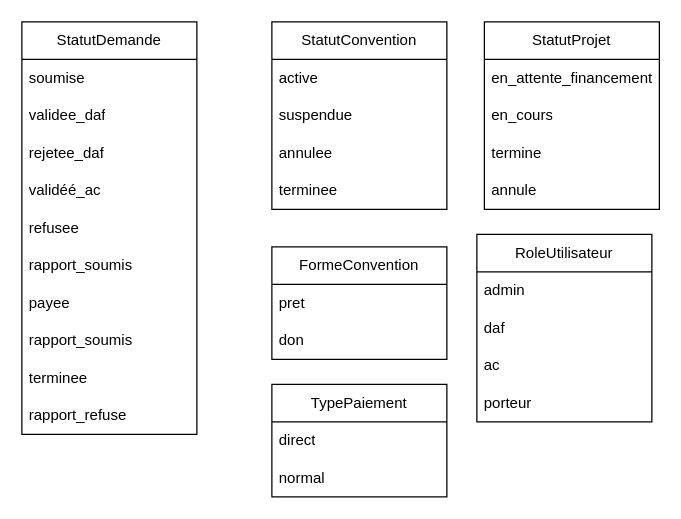
CheickOuedraogo/stage keeps this draw.io diagram as rapport/graphe/classe/enum.drawio. Above is the earlier version. Source tidied: cells renumbered, new cells numbered last; positions are measured from the earlier drawing's top-left corner, leaving out a move shared by most shapes. Both pictures are drawn from the tidied source at 125%, with x=0, y=0 at pixel (21, 21).
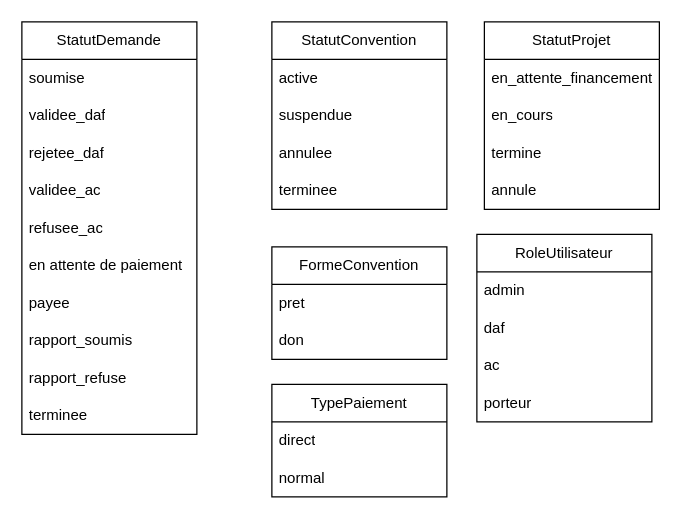
The same diagram, later.

The change refers to these unchanged cells:
```xml
<mxCell id="2" value="StatutDemande" style="swimlane;fontStyle=0;horizontal=1;startSize=30;whiteSpace=wrap;html=1;" parent="1" vertex="1">
  <mxGeometry width="140" height="330" as="geometry" />
</mxCell>
```

What changed in the source:
```diff
@@
-    <mxCell id="6" value="validéé_ac" style="text;strokeColor=none;fillColor=none;align=left;verticalAlign=middle;spacingLeft=4;spacingRight=4;overflow=hidden;whiteSpace=wrap;html=1;" parent="2" vertex="1">
+    <mxCell id="6" value="validee_ac" style="text;strokeColor=none;fillColor=none;align=left;verticalAlign=middle;spacingLeft=4;spacingRight=4;overflow=hidden;whiteSpace=wrap;html=1;" parent="2" vertex="1">
       <mxGeometry y="120" width="140" height="30" as="geometry" />
     </mxCell>
-    <mxCell id="7" value="refusee" style="text;strokeColor=none;fillColor=none;align=left;verticalAlign=middle;spacingLeft=4;spacingRight=4;overflow=hidden;whiteSpace=wrap;html=1;" parent="2" vertex="1">
+    <mxCell id="7" value="refusee_ac" style="text;strokeColor=none;fillColor=none;align=left;verticalAlign=middle;spacingLeft=4;spacingRight=4;overflow=hidden;whiteSpace=wrap;html=1;" parent="2" vertex="1">
       <mxGeometry y="150" width="140" height="30" as="geometry" />
     </mxCell>
+    <mxCell id="34" value="en attente de paiement" style="text;strokeColor=none;fillColor=none;align=left;verticalAlign=middle;spacingLeft=4;spacingRight=4;overflow=hidden;whiteSpace=wrap;html=1;" parent="2" vertex="1">
+      <mxGeometry y="180" width="140" height="30" as="geometry" />
+    </mxCell>
+    <mxCell id="9" value="payee" style="text;strokeColor=none;fillColor=none;align=left;verticalAlign=middle;spacingLeft=4;spacingRight=4;overflow=hidden;whiteSpace=wrap;html=1;" parent="2" vertex="1">
+      <mxGeometry y="210" width="140" height="30" as="geometry" />
+    </mxCell>
     <mxCell id="8" value="rapport_soumis" style="text;strokeColor=none;fillColor=none;align=left;verticalAlign=middle;spacingLeft=4;spacingRight=4;overflow=hidden;whiteSpace=wrap;html=1;" parent="2" vertex="1">
-      <mxGeometry y="180" width="140" height="30" as="geometry" />
+      <mxGeometry y="240" width="140" height="30" as="geometry" />
     </mxCell>
-    <mxCell id="9" value="payee" style="text;strokeColor=none;fillColor=none;align=left;verticalAlign=middle;spacingLeft=4;spacingRight=4;overflow=hidden;whiteSpace=wrap;html=1;" parent="2" vertex="1">
-      <mxGeometry y="210" width="140" height="30" as="geometry" />
-    </mxCell>
-    <mxCell id="10" value="rapport_soumis" style="text;strokeColor=none;fillColor=none;align=left;verticalAlign=middle;spacingLeft=4;spacingRight=4;overflow=hidden;whiteSpace=wrap;html=1;" parent="2" vertex="1">
-      <mxGeometry y="240" width="140" height="30" as="geometry" />
-    </mxCell>
+    <mxCell id="12" value="rapport_refuse" style="text;strokeColor=none;fillColor=none;align=left;verticalAlign=middle;spacingLeft=4;spacingRight=4;overflow=hidden;whiteSpace=wrap;html=1;" parent="2" vertex="1">
+      <mxGeometry y="270" width="140" height="30" as="geometry" />
+    </mxCell>
     <mxCell id="11" value="terminee" style="text;strokeColor=none;fillColor=none;align=left;verticalAlign=middle;spacingLeft=4;spacingRight=4;overflow=hidden;whiteSpace=wrap;html=1;" parent="2" vertex="1">
-      <mxGeometry y="270" width="140" height="30" as="geometry" />
+      <mxGeometry y="300" width="140" height="30" as="geometry" />
     </mxCell>
-    <mxCell id="12" value="rapport_refuse" style="text;strokeColor=none;fillColor=none;align=left;verticalAlign=middle;spacingLeft=4;spacingRight=4;overflow=hidden;whiteSpace=wrap;html=1;" parent="2" vertex="1">
-      <mxGeometry y="300" width="140" height="30" as="geometry" />
-    </mxCell>
```
